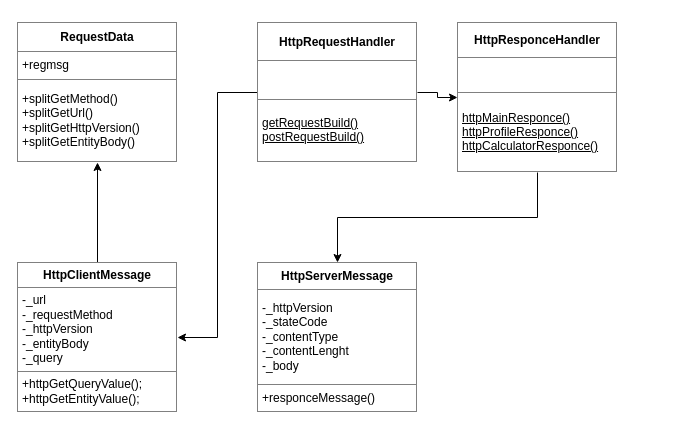
Before: Untitled Diagram.drawio in bignami/typescript-tcpsocket-oop, a draw.io diagram. Source tidied: cells renumbered, new cells numbered last; positions are measured from the earlier drawing's top-left corner, leaving out a move shared by most shapes. Both pictures are drawn from the tidied source at 100%, with x=0, y=0 at pixel (17, 22).
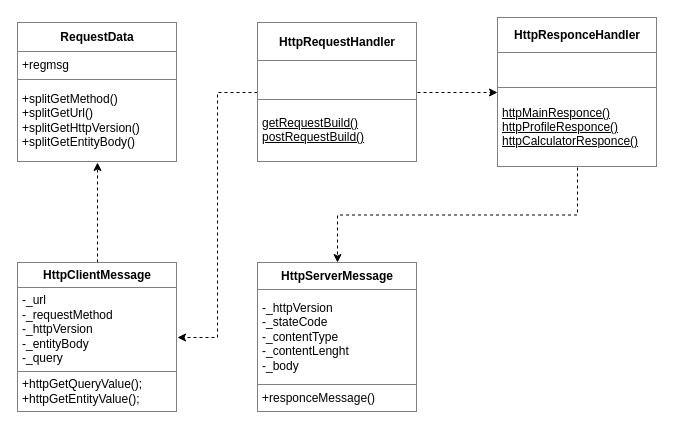
The same page after the edit.

Change to the diagram source:
```diff
@@
 <mxGraphModel>
   <root>
     <mxCell id="0" />
     <mxCell id="1" parent="0" />
     <mxCell id="2" value="&lt;table border=&quot;1&quot; width=&quot;100%&quot; cellpadding=&quot;4&quot; style=&quot;width: 100% ; height: 100% ; border-collapse: collapse&quot;&gt;&lt;tbody&gt;&lt;tr&gt;&lt;th align=&quot;center&quot;&gt;RequestData&lt;/th&gt;&lt;/tr&gt;&lt;tr&gt;&lt;td&gt;+regmsg&amp;nbsp;&lt;/td&gt;&lt;/tr&gt;&lt;tr&gt;&lt;td&gt;+splitGetMethod()&lt;br&gt;+splitGetUrl()&lt;br&gt;+splitGetHttpVersion()&lt;br&gt;+splitGetEntityBody()&lt;/td&gt;&lt;/tr&gt;&lt;/tbody&gt;&lt;/table&gt;" style="text;html=1;strokeColor=none;fillColor=none;overflow=fill;" parent="1" vertex="1">
       <mxGeometry width="160" height="140" as="geometry" />
     </mxCell>
-    <mxCell id="3" style="edgeStyle=orthogonalEdgeStyle;rounded=0;jettySize=auto;html=1;exitX=0.5;exitY=0;exitDx=0;exitDy=0;entryX=0.5;entryY=1;entryDx=0;entryDy=0;" parent="1" edge="1" source="4" target="2">
+    <mxCell id="3" style="edgeStyle=orthogonalEdgeStyle;rounded=1;jettySize=auto;html=1;exitX=0.5;exitY=0;exitDx=0;exitDy=0;entryX=0.5;entryY=1;entryDx=0;entryDy=0;dashed=1;" parent="1" edge="1" source="4" target="2">
       <mxGeometry relative="1" as="geometry" />
     </mxCell>
     <mxCell id="4" value="&lt;table border=&quot;1&quot; width=&quot;100%&quot; cellpadding=&quot;4&quot; style=&quot;width: 100% ; height: 100% ; border-collapse: collapse&quot;&gt;&lt;tbody&gt;&lt;tr&gt;&lt;th align=&quot;center&quot;&gt;HttpClientMessage&lt;/th&gt;&lt;/tr&gt;&lt;tr&gt;&lt;td&gt;-_url&lt;br&gt;-_requestMethod&lt;br&gt;-_httpVersion&lt;br&gt;-_entityBody&lt;br&gt;-_query&amp;nbsp;&lt;/td&gt;&lt;/tr&gt;&lt;tr&gt;&lt;td&gt;+httpGetQueryValue();&lt;br&gt;+httpGetEntityValue();&lt;br&gt;&lt;/td&gt;&lt;/tr&gt;&lt;/tbody&gt;&lt;/table&gt;" style="text;html=1;strokeColor=none;fillColor=none;overflow=fill;" parent="1" vertex="1">
       <mxGeometry y="240" width="160" height="150" as="geometry" />
     </mxCell>
     <mxCell id="5" value="&lt;table border=&quot;1&quot; width=&quot;100%&quot; cellpadding=&quot;4&quot; style=&quot;width: 100% ; height: 100% ; border-collapse: collapse&quot;&gt;&lt;tbody&gt;&lt;tr&gt;&lt;th align=&quot;center&quot;&gt;HttpServerMessage&lt;/th&gt;&lt;/tr&gt;&lt;tr&gt;&lt;td&gt;-_httpVersion&lt;br&gt;-_stateCode&lt;br&gt;-_contentType&lt;br&gt;-_contentLenght&lt;br&gt;-_body&amp;nbsp;&lt;/td&gt;&lt;/tr&gt;&lt;tr&gt;&lt;td&gt;+responceMessage()&lt;/td&gt;&lt;/tr&gt;&lt;/tbody&gt;&lt;/table&gt;" style="text;html=1;strokeColor=none;fillColor=none;overflow=fill;" parent="1" vertex="1">
       <mxGeometry x="240" y="240" width="160" height="150" as="geometry" />
     </mxCell>
-    <mxCell id="6" style="edgeStyle=orthogonalEdgeStyle;rounded=0;jettySize=auto;html=1;exitX=0;exitY=0.5;exitDx=0;exitDy=0;entryX=1;entryY=0.5;entryDx=0;entryDy=0;" parent="1" edge="1" source="8" target="4">
+    <mxCell id="6" style="edgeStyle=orthogonalEdgeStyle;rounded=0;jettySize=auto;html=1;exitX=0;exitY=0.5;exitDx=0;exitDy=0;entryX=1;entryY=0.5;entryDx=0;entryDy=0;dashed=1;" parent="1" edge="1" source="8" target="4">
       <mxGeometry relative="1" as="geometry" />
     </mxCell>
-    <mxCell id="7" style="edgeStyle=orthogonalEdgeStyle;rounded=0;jettySize=auto;html=1;exitX=1;exitY=0.5;exitDx=0;exitDy=0;entryX=0;entryY=0.5;entryDx=0;entryDy=0;" parent="1" edge="1" source="8" target="10">
+    <mxCell id="7" style="edgeStyle=orthogonalEdgeStyle;rounded=0;jettySize=auto;html=1;exitX=1;exitY=0.5;exitDx=0;exitDy=0;entryX=0;entryY=0.5;entryDx=0;entryDy=0;dashed=1;" parent="1" edge="1" source="8" target="10">
       <mxGeometry relative="1" as="geometry" />
     </mxCell>
     <mxCell id="8" value="&lt;table border=&quot;1&quot; width=&quot;100%&quot; cellpadding=&quot;4&quot; style=&quot;width: 100% ; height: 100% ; border-collapse: collapse&quot;&gt;&lt;tbody&gt;&lt;tr&gt;&lt;th align=&quot;center&quot;&gt;HttpRequestHandler&lt;/th&gt;&lt;/tr&gt;&lt;tr&gt;&lt;td&gt;&lt;br&gt;&lt;/td&gt;&lt;/tr&gt;&lt;tr&gt;&lt;td&gt;&lt;u&gt;getRequestBuild()&lt;/u&gt;&lt;br&gt;&lt;u&gt;postRequestBuild()&lt;/u&gt;&lt;/td&gt;&lt;/tr&gt;&lt;/tbody&gt;&lt;/table&gt;" style="text;html=1;strokeColor=none;fillColor=none;overflow=fill;" parent="1" vertex="1">
       <mxGeometry x="240" width="160" height="140" as="geometry" />
     </mxCell>
-    <mxCell id="9" style="edgeStyle=orthogonalEdgeStyle;rounded=0;jettySize=auto;html=1;exitX=0.5;exitY=1;exitDx=0;exitDy=0;" parent="1" edge="1" source="10" target="5">
+    <mxCell id="9" style="edgeStyle=orthogonalEdgeStyle;rounded=0;jettySize=auto;html=1;exitX=0.5;exitY=1;exitDx=0;exitDy=0;dashed=1;" parent="1" edge="1" source="10" target="5">
       <mxGeometry relative="1" as="geometry" />
     </mxCell>
     <mxCell id="10" value="&lt;table border=&quot;1&quot; width=&quot;100%&quot; cellpadding=&quot;4&quot; style=&quot;width: 100% ; height: 100% ; border-collapse: collapse&quot;&gt;&lt;tbody&gt;&lt;tr&gt;&lt;th align=&quot;center&quot;&gt;HttpResponceHandler&lt;/th&gt;&lt;/tr&gt;&lt;tr&gt;&lt;td&gt;&lt;br&gt;&lt;/td&gt;&lt;/tr&gt;&lt;tr&gt;&lt;td&gt;&lt;u&gt;httpMainResponce()&lt;/u&gt;&lt;br&gt;&lt;u&gt;httpProfileResponce()&lt;br&gt;httpCalculatorResponce()&lt;/u&gt;&lt;/td&gt;&lt;/tr&gt;&lt;/tbody&gt;&lt;/table&gt;" style="text;html=1;strokeColor=none;fillColor=none;overflow=fill;" parent="1" vertex="1">
-      <mxGeometry x="440" width="160" height="150" as="geometry" />
+      <mxGeometry x="480" y="-5" width="160" height="150" as="geometry" />
     </mxCell>
   </root>
 </mxGraphModel>
```
